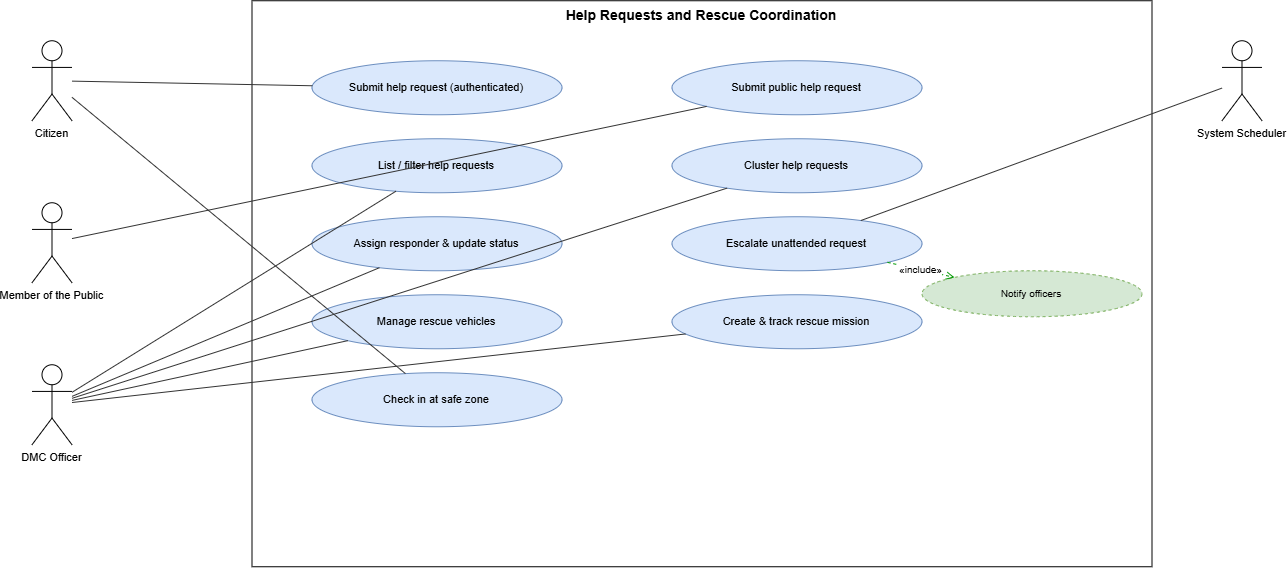
The draw.io diagram research-report-source/diagrams/pngs/Appendix_B.1_UseCase_Help_Requests_and_Rescue_Coordination.drawio.png in DeshanDV1003/Suraksha---Web-App, before a commit. Source tidied: cells renumbered, new cells last; positions are measured from the earlier drawing's top-left corner, leaving out a move shared by most shapes.
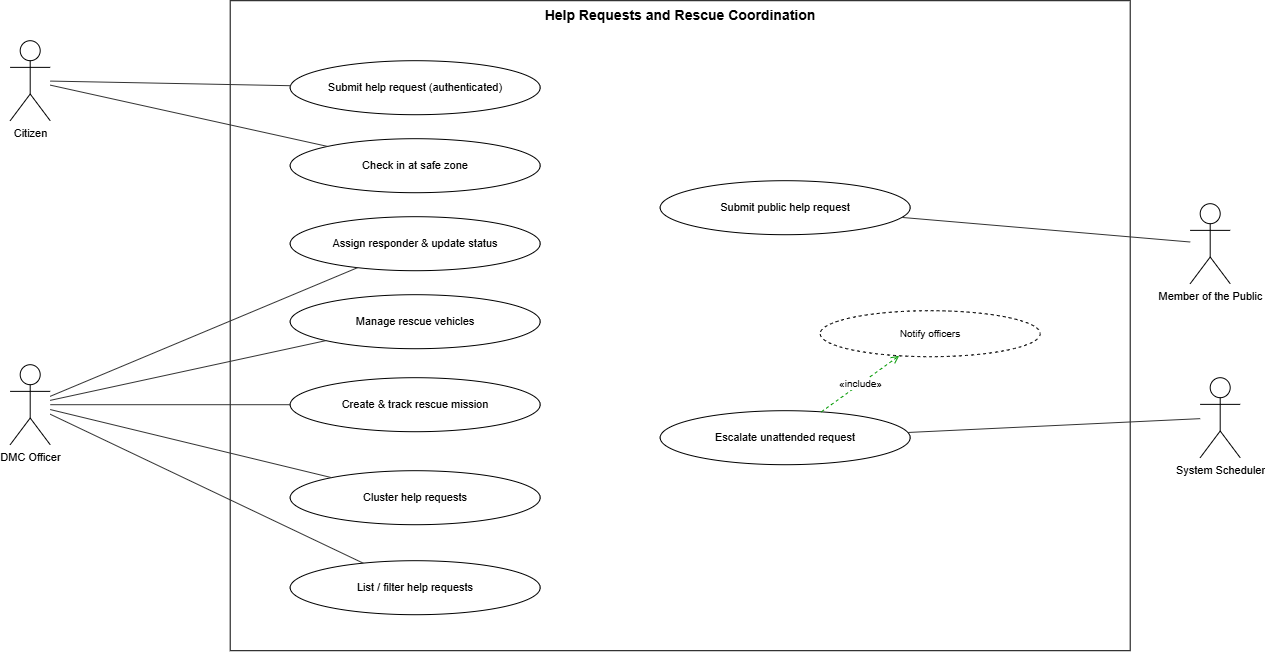
Above is the later version.

Diff of the diagram source:
```diff
@@ -3,49 +3,49 @@
     <mxCell id="0" />
     <mxCell id="1" parent="0" />
     <mxCell id="2" value="Help Requests and Rescue Coordination" style="rounded=0;whiteSpace=wrap;html=1;verticalAlign=top;fontStyle=1;fontSize=14;fillColor=none;strokeColor=#000000;" parent="1" vertex="1">
-      <mxGeometry x="220" width="900" height="566" as="geometry" />
+      <mxGeometry x="220" width="900" height="650" as="geometry" />
     </mxCell>
-    <mxCell id="3" value="Submit help request (authenticated)" style="ellipse;whiteSpace=wrap;html=1;fillColor=#dae8fc;strokeColor=#6c8ebf;fontSize=11;" parent="1" vertex="1">
+    <mxCell id="3" value="Submit help request (authenticated)" style="ellipse;whiteSpace=wrap;html=1;fontSize=11;" parent="1" vertex="1">
       <mxGeometry x="280" y="60" width="250" height="54" as="geometry" />
     </mxCell>
-    <mxCell id="4" value="Submit public help request" style="ellipse;whiteSpace=wrap;html=1;fillColor=#dae8fc;strokeColor=#6c8ebf;fontSize=11;" parent="1" vertex="1">
-      <mxGeometry x="640" y="60" width="250" height="54" as="geometry" />
+    <mxCell id="4" value="Submit public help request" style="ellipse;whiteSpace=wrap;html=1;fontSize=11;" parent="1" vertex="1">
+      <mxGeometry x="650" y="180" width="250" height="54" as="geometry" />
     </mxCell>
-    <mxCell id="5" value="List / filter help requests" style="ellipse;whiteSpace=wrap;html=1;fillColor=#dae8fc;strokeColor=#6c8ebf;fontSize=11;" parent="1" vertex="1">
-      <mxGeometry x="280" y="138" width="250" height="54" as="geometry" />
+    <mxCell id="5" value="List / filter help requests" style="ellipse;whiteSpace=wrap;html=1;fontSize=11;" parent="1" vertex="1">
+      <mxGeometry x="280" y="560" width="250" height="54" as="geometry" />
     </mxCell>
-    <mxCell id="6" value="Cluster help requests" style="ellipse;whiteSpace=wrap;html=1;fillColor=#dae8fc;strokeColor=#6c8ebf;fontSize=11;" parent="1" vertex="1">
-      <mxGeometry x="640" y="138" width="250" height="54" as="geometry" />
+    <mxCell id="6" value="Cluster help requests" style="ellipse;whiteSpace=wrap;html=1;fontSize=11;" parent="1" vertex="1">
+      <mxGeometry x="280" y="470" width="250" height="54" as="geometry" />
     </mxCell>
-    <mxCell id="7" value="Assign responder &amp; update status" style="ellipse;whiteSpace=wrap;html=1;fillColor=#dae8fc;strokeColor=#6c8ebf;fontSize=11;" parent="1" vertex="1">
+    <mxCell id="7" value="Assign responder &amp; update status" style="ellipse;whiteSpace=wrap;html=1;fontSize=11;" parent="1" vertex="1">
       <mxGeometry x="280" y="216" width="250" height="54" as="geometry" />
     </mxCell>
-    <mxCell id="8" value="Escalate unattended request" style="ellipse;whiteSpace=wrap;html=1;fillColor=#dae8fc;strokeColor=#6c8ebf;fontSize=11;" parent="1" vertex="1">
-      <mxGeometry x="640" y="216" width="250" height="54" as="geometry" />
+    <mxCell id="8" value="Escalate unattended request" style="ellipse;whiteSpace=wrap;html=1;fontSize=11;" parent="1" vertex="1">
+      <mxGeometry x="650" y="410" width="250" height="54" as="geometry" />
     </mxCell>
-    <mxCell id="9" value="Manage rescue vehicles" style="ellipse;whiteSpace=wrap;html=1;fillColor=#dae8fc;strokeColor=#6c8ebf;fontSize=11;" parent="1" vertex="1">
+    <mxCell id="9" value="Manage rescue vehicles" style="ellipse;whiteSpace=wrap;html=1;fontSize=11;" parent="1" vertex="1">
       <mxGeometry x="280" y="294" width="250" height="54" as="geometry" />
     </mxCell>
-    <mxCell id="10" value="Create &amp; track rescue mission" style="ellipse;whiteSpace=wrap;html=1;fillColor=#dae8fc;strokeColor=#6c8ebf;fontSize=11;" parent="1" vertex="1">
-      <mxGeometry x="640" y="294" width="250" height="54" as="geometry" />
+    <mxCell id="10" value="Create &amp; track rescue mission" style="ellipse;whiteSpace=wrap;html=1;fontSize=11;" parent="1" vertex="1">
+      <mxGeometry x="280" y="377" width="250" height="54" as="geometry" />
     </mxCell>
-    <mxCell id="11" value="Check in at safe zone" style="ellipse;whiteSpace=wrap;html=1;fillColor=#dae8fc;strokeColor=#6c8ebf;fontSize=11;" parent="1" vertex="1">
-      <mxGeometry x="280" y="372" width="250" height="54" as="geometry" />
+    <mxCell id="11" value="Check in at safe zone" style="ellipse;whiteSpace=wrap;html=1;fontSize=11;" parent="1" vertex="1">
+      <mxGeometry x="280" y="138" width="250" height="54" as="geometry" />
     </mxCell>
-    <mxCell id="12" value="Notify officers" style="ellipse;whiteSpace=wrap;html=1;fillColor=#d5e8d4;strokeColor=#82b366;dashed=1;fontSize=10;" parent="1" vertex="1">
-      <mxGeometry x="890" y="270" width="220" height="46" as="geometry" />
+    <mxCell id="12" value="Notify officers" style="ellipse;whiteSpace=wrap;html=1;dashed=1;fontSize=10;" parent="1" vertex="1">
+      <mxGeometry x="810" y="310" width="220" height="46" as="geometry" />
     </mxCell>
     <mxCell id="13" value="Citizen" style="shape=umlActor;verticalLabelPosition=bottom;verticalAlign=top;html=1;outlineConnect=0;fontSize=11;" parent="1" vertex="1">
       <mxGeometry y="40" width="40" height="80" as="geometry" />
     </mxCell>
     <mxCell id="14" value="Member of the Public" style="shape=umlActor;verticalLabelPosition=bottom;verticalAlign=top;html=1;outlineConnect=0;fontSize=11;" parent="1" vertex="1">
-      <mxGeometry y="202" width="40" height="80" as="geometry" />
+      <mxGeometry x="1180" y="203" width="40" height="80" as="geometry" />
     </mxCell>
     <mxCell id="15" value="DMC Officer" style="shape=umlActor;verticalLabelPosition=bottom;verticalAlign=top;html=1;outlineConnect=0;fontSize=11;" parent="1" vertex="1">
       <mxGeometry y="364" width="40" height="80" as="geometry" />
     </mxCell>
     <mxCell id="16" value="System Scheduler" style="shape=umlActor;verticalLabelPosition=bottom;verticalAlign=top;html=1;outlineConnect=0;fontSize=11;" parent="1" vertex="1">
-      <mxGeometry x="1190" y="40" width="40" height="80" as="geometry" />
+      <mxGeometry x="1190" y="377" width="40" height="80" as="geometry" />
     </mxCell>
     <mxCell id="17" style="endArrow=none;html=1;strokeColor=#333333;" parent="1" edge="1" source="13" target="3">
       <mxGeometry relative="1" as="geometry" />
```
